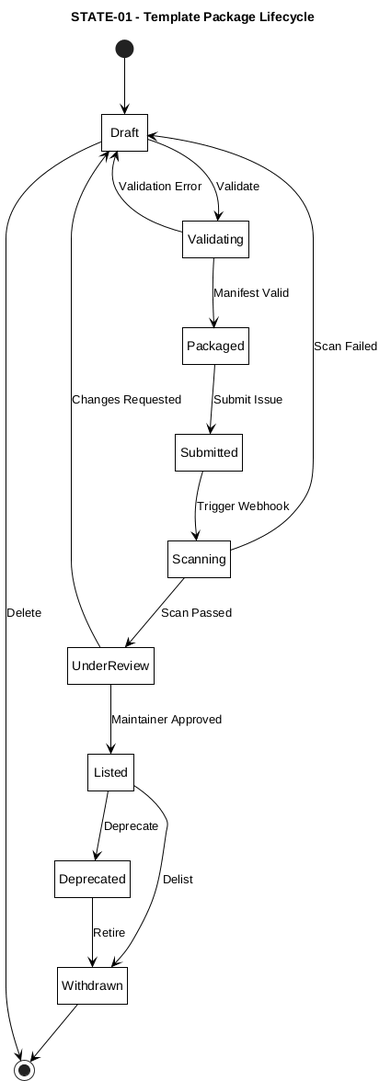
Before: Figures/state-machine/STATE-01-template-lifecycle.png, a diagram exported from PlantUML (Litho-MD/uet-fyp-docs). The source it was exported from:
```plantuml
@startuml STATE-01-template-lifecycle
title STATE-01 - Template Package Lifecycle

hide empty description

skinparam monochrome true
skinparam backgroundColor white
skinparam shadowing false
skinparam defaultTextAlignment center
skinparam roundCorner 0
skinparam ArrowColor black
skinparam defaultFontColor black
skinparam stateBorderThickness 1
skinparam state {
    BackgroundColor white
    BorderColor black
    FontColor black
}

[*] --> Draft

Draft --> Validating : Validate
Validating --> Draft : Validation Error
Validating --> Packaged : Manifest Valid

Packaged --> Submitted : Submit Issue
Submitted --> Scanning : Trigger Webhook

Scanning --> Draft : Scan Failed
Scanning --> UnderReview : Scan Passed

UnderReview --> Draft : Changes Requested
UnderReview --> Listed : Maintainer Approved

Listed --> Deprecated : Deprecate
Listed --> Withdrawn : Delist

Deprecated --> Withdrawn : Retire
Withdrawn --> [*]
Draft --> [*] : Delete

@enduml
```
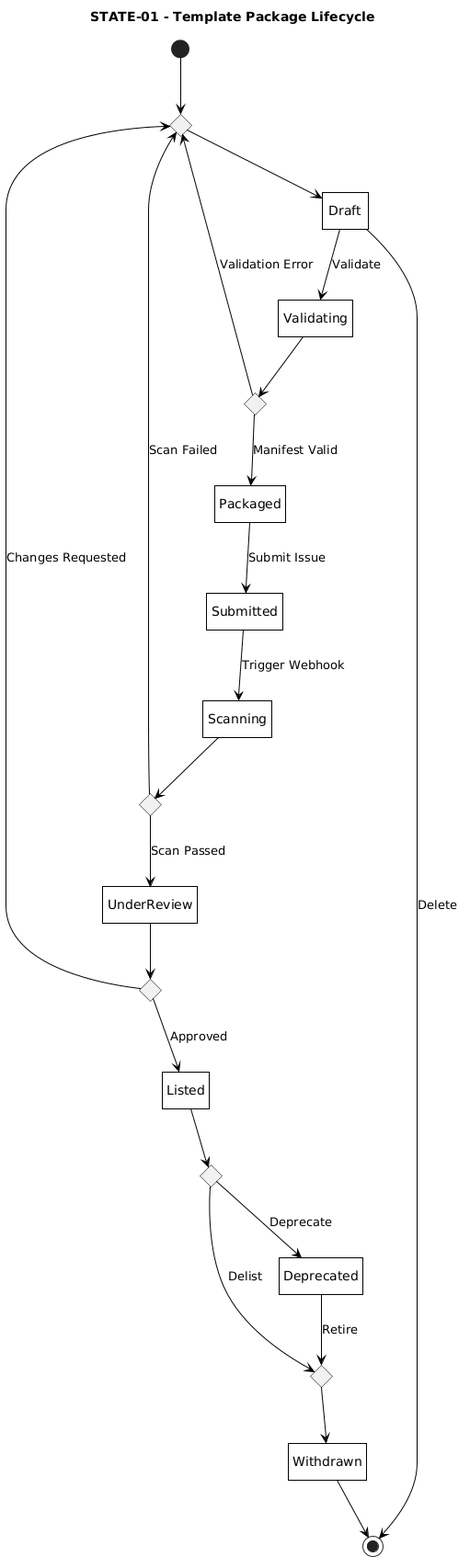
Above is the later version.

Change to the diagram source:
```diff
@@ -1,4 +1,4 @@
-@startuml STATE-01-template-lifecycle
+@startuml
 title STATE-01 - Template Package Lifecycle
 
 hide empty description
@@ -17,26 +17,40 @@
     FontColor black
 }
 
-[*] --> Draft
+state c_draft_in <<choice>>
 
-Draft --> Validating : Validate
-Validating --> Draft : Validation Error
-Validating --> Packaged : Manifest Valid
+[*] -down-> c_draft_in
+c_draft_in -down-> Draft
 
-Packaged --> Submitted : Submit Issue
-Submitted --> Scanning : Trigger Webhook
+Draft -down-> Validating : Validate
 
-Scanning --> Draft : Scan Failed
-Scanning --> UnderReview : Scan Passed
+state c_val <<choice>>
+Validating -down-> c_val
+c_val -left-> c_draft_in : Validation Error
+c_val -down-> Packaged : Manifest Valid
 
-UnderReview --> Draft : Changes Requested
-UnderReview --> Listed : Maintainer Approved
+Packaged -down-> Submitted : Submit Issue
+Submitted -down-> Scanning : Trigger Webhook
 
-Listed --> Deprecated : Deprecate
-Listed --> Withdrawn : Delist
+state c_scan <<choice>>
+Scanning -down-> c_scan
+c_scan -left-> c_draft_in : Scan Failed
+c_scan -down-> UnderReview : Scan Passed
 
-Deprecated --> Withdrawn : Retire
-Withdrawn --> [*]
-Draft --> [*] : Delete
+state c_rev <<choice>>
+UnderReview -down-> c_rev
+c_rev -left-> c_draft_in : Changes Requested
+c_rev -down-> Listed : Approved
 
+state c_list <<choice>>
+state c_withdrawn_in <<choice>>
+
+Listed -down-> c_list
+c_list -down-> Deprecated : Deprecate
+c_list -right-> c_withdrawn_in : Delist
+
+Deprecated -down-> c_withdrawn_in : Retire
+c_withdrawn_in -down-> Withdrawn
+Withdrawn -down-> [*]
+Draft -right-> [*] : Delete
 @enduml
```
